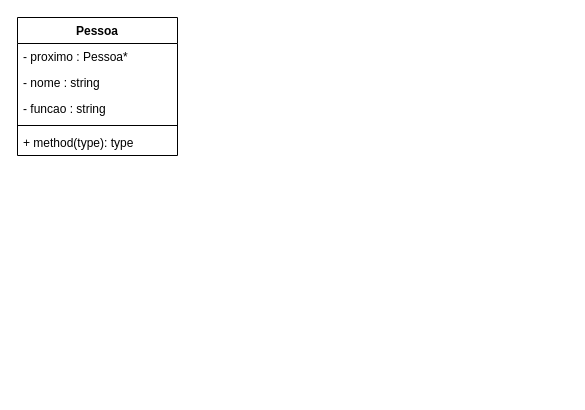
Earlier version of the draw.io diagram Diagrama sem nome.drawio (luscaer/Projeto_LP1). Source tidied: cells renumbered, new cells numbered last; positions are measured from the earlier drawing's top-left corner, leaving out a move shared by most shapes. Both pictures are drawn from the tidied source at 100%, with x=0, y=0 at pixel (17, 17).
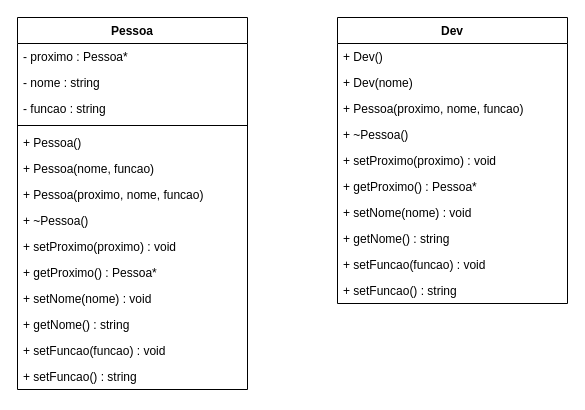
The same diagram, later.

Diff of the diagram source:
```diff
@@
     <mxCell id="2" value="Pessoa" style="swimlane;fontStyle=1;align=center;verticalAlign=top;horizontal=1;startSize=26;whiteSpace=wrap;html=1;" parent="1" vertex="1">
-      <mxGeometry width="160" height="138" as="geometry" />
+      <mxGeometry width="230" height="372" as="geometry" />
     </mxCell>
     <mxCell id="3" value="- proximo : Pessoa*" style="text;strokeColor=none;fillColor=none;align=left;verticalAlign=top;spacingLeft=4;spacingRight=4;overflow=hidden;whiteSpace=wrap;html=1;" parent="2" vertex="1">
-      <mxGeometry y="26" width="160" height="26" as="geometry" />
+      <mxGeometry y="26" width="230" height="26" as="geometry" />
     </mxCell>
     <mxCell id="4" value="- nome : string" style="text;strokeColor=none;fillColor=none;align=left;verticalAlign=top;spacingLeft=4;spacingRight=4;overflow=hidden;whiteSpace=wrap;html=1;" parent="2" vertex="1">
-      <mxGeometry y="52" width="160" height="26" as="geometry" />
+      <mxGeometry y="52" width="230" height="26" as="geometry" />
     </mxCell>
     <mxCell id="5" value="- funcao : string" style="text;strokeColor=none;fillColor=none;align=left;verticalAlign=top;spacingLeft=4;spacingRight=4;overflow=hidden;whiteSpace=wrap;html=1;" parent="2" vertex="1">
-      <mxGeometry y="78" width="160" height="26" as="geometry" />
+      <mxGeometry y="78" width="230" height="26" as="geometry" />
     </mxCell>
     <mxCell id="6" style="line;strokeWidth=1;fillColor=none;align=left;verticalAlign=middle;spacingTop=-1;spacingLeft=3;spacingRight=3;labelPosition=right;strokeColor=inherit;" parent="2" vertex="1">
-      <mxGeometry y="104" width="160" height="8" as="geometry" />
+      <mxGeometry y="104" width="230" height="8" as="geometry" />
     </mxCell>
+    <mxCell id="8" value="+ Pessoa()" style="text;strokeColor=none;fillColor=none;align=left;verticalAlign=top;spacingLeft=4;spacingRight=4;overflow=hidden;whiteSpace=wrap;html=1;" parent="2" vertex="1">
+      <mxGeometry y="112" width="230" height="26" as="geometry" />
+    </mxCell>
-    <mxCell id="7" value="+ method(type): type" style="text;strokeColor=none;fillColor=none;align=left;verticalAlign=top;spacingLeft=4;spacingRight=4;overflow=hidden;whiteSpace=wrap;html=1;" parent="2" vertex="1">
-      <mxGeometry y="112" width="160" height="26" as="geometry" />
+    <mxCell id="7" value="+ Pessoa(nome, funcao)" style="text;strokeColor=none;fillColor=none;align=left;verticalAlign=top;spacingLeft=4;spacingRight=4;overflow=hidden;whiteSpace=wrap;html=1;" parent="2" vertex="1">
+      <mxGeometry y="138" width="230" height="26" as="geometry" />
     </mxCell>
+    <mxCell id="9" value="+ Pessoa(proximo, nome, funcao)" style="text;strokeColor=none;fillColor=none;align=left;verticalAlign=top;spacingLeft=4;spacingRight=4;overflow=hidden;whiteSpace=wrap;html=1;" parent="2" vertex="1">
+      <mxGeometry y="164" width="230" height="26" as="geometry" />
+    </mxCell>
+    <mxCell id="10" value="+ ~Pessoa()" style="text;strokeColor=none;fillColor=none;align=left;verticalAlign=top;spacingLeft=4;spacingRight=4;overflow=hidden;whiteSpace=wrap;html=1;" parent="2" vertex="1">
+      <mxGeometry y="190" width="230" height="26" as="geometry" />
+    </mxCell>
+    <mxCell id="11" value="+&amp;nbsp;setProximo(proximo) : void" style="text;strokeColor=none;fillColor=none;align=left;verticalAlign=top;spacingLeft=4;spacingRight=4;overflow=hidden;whiteSpace=wrap;html=1;" parent="2" vertex="1">
+      <mxGeometry y="216" width="230" height="26" as="geometry" />
+    </mxCell>
+    <mxCell id="12" value="+&amp;nbsp;getProximo() : Pessoa*" style="text;strokeColor=none;fillColor=none;align=left;verticalAlign=top;spacingLeft=4;spacingRight=4;overflow=hidden;whiteSpace=wrap;html=1;" parent="2" vertex="1">
+      <mxGeometry y="242" width="230" height="26" as="geometry" />
+    </mxCell>
+    <mxCell id="13" value="+&amp;nbsp;setNome(nome) : void" style="text;strokeColor=none;fillColor=none;align=left;verticalAlign=top;spacingLeft=4;spacingRight=4;overflow=hidden;whiteSpace=wrap;html=1;" parent="2" vertex="1">
+      <mxGeometry y="268" width="230" height="26" as="geometry" />
+    </mxCell>
+    <mxCell id="14" value="+ getNome() : string" style="text;strokeColor=none;fillColor=none;align=left;verticalAlign=top;spacingLeft=4;spacingRight=4;overflow=hidden;whiteSpace=wrap;html=1;" parent="2" vertex="1">
+      <mxGeometry y="294" width="230" height="26" as="geometry" />
+    </mxCell>
+    <mxCell id="15" value="+ setFuncao(funcao) : void" style="text;strokeColor=none;fillColor=none;align=left;verticalAlign=top;spacingLeft=4;spacingRight=4;overflow=hidden;whiteSpace=wrap;html=1;" parent="2" vertex="1">
+      <mxGeometry y="320" width="230" height="26" as="geometry" />
+    </mxCell>
+    <mxCell id="16" value="+ setFuncao() : string" style="text;strokeColor=none;fillColor=none;align=left;verticalAlign=top;spacingLeft=4;spacingRight=4;overflow=hidden;whiteSpace=wrap;html=1;" parent="2" vertex="1">
+      <mxGeometry y="346" width="230" height="26" as="geometry" />
+    </mxCell>
+    <mxCell id="17" value="Dev" style="swimlane;fontStyle=1;align=center;verticalAlign=top;horizontal=1;startSize=26;whiteSpace=wrap;html=1;" parent="1" vertex="1">
+      <mxGeometry x="320" width="230" height="286" as="geometry" />
+    </mxCell>
+    <mxCell id="18" value="+ Dev()" style="text;strokeColor=none;fillColor=none;align=left;verticalAlign=top;spacingLeft=4;spacingRight=4;overflow=hidden;whiteSpace=wrap;html=1;" parent="17" vertex="1">
+      <mxGeometry y="26" width="230" height="26" as="geometry" />
+    </mxCell>
+    <mxCell id="19" value="+&amp;nbsp;Dev(nome)" style="text;strokeColor=none;fillColor=none;align=left;verticalAlign=top;spacingLeft=4;spacingRight=4;overflow=hidden;whiteSpace=wrap;html=1;" parent="17" vertex="1">
+      <mxGeometry y="52" width="230" height="26" as="geometry" />
+    </mxCell>
+    <mxCell id="20" value="+ Pessoa(proximo, nome, funcao)" style="text;strokeColor=none;fillColor=none;align=left;verticalAlign=top;spacingLeft=4;spacingRight=4;overflow=hidden;whiteSpace=wrap;html=1;" parent="17" vertex="1">
+      <mxGeometry y="78" width="230" height="26" as="geometry" />
+    </mxCell>
+    <mxCell id="21" value="+ ~Pessoa()" style="text;strokeColor=none;fillColor=none;align=left;verticalAlign=top;spacingLeft=4;spacingRight=4;overflow=hidden;whiteSpace=wrap;html=1;" parent="17" vertex="1">
+      <mxGeometry y="104" width="230" height="26" as="geometry" />
+    </mxCell>
+    <mxCell id="22" value="+&amp;nbsp;setProximo(proximo) : void" style="text;strokeColor=none;fillColor=none;align=left;verticalAlign=top;spacingLeft=4;spacingRight=4;overflow=hidden;whiteSpace=wrap;html=1;" parent="17" vertex="1">
+      <mxGeometry y="130" width="230" height="26" as="geometry" />
+    </mxCell>
+    <mxCell id="23" value="+&amp;nbsp;getProximo() : Pessoa*" style="text;strokeColor=none;fillColor=none;align=left;verticalAlign=top;spacingLeft=4;spacingRight=4;overflow=hidden;whiteSpace=wrap;html=1;" parent="17" vertex="1">
+      <mxGeometry y="156" width="230" height="26" as="geometry" />
+    </mxCell>
+    <mxCell id="24" value="+&amp;nbsp;setNome(nome) : void" style="text;strokeColor=none;fillColor=none;align=left;verticalAlign=top;spacingLeft=4;spacingRight=4;overflow=hidden;whiteSpace=wrap;html=1;" parent="17" vertex="1">
+      <mxGeometry y="182" width="230" height="26" as="geometry" />
+    </mxCell>
+    <mxCell id="25" value="+ getNome() : string" style="text;strokeColor=none;fillColor=none;align=left;verticalAlign=top;spacingLeft=4;spacingRight=4;overflow=hidden;whiteSpace=wrap;html=1;" parent="17" vertex="1">
+      <mxGeometry y="208" width="230" height="26" as="geometry" />
+    </mxCell>
+    <mxCell id="26" value="+ setFuncao(funcao) : void" style="text;strokeColor=none;fillColor=none;align=left;verticalAlign=top;spacingLeft=4;spacingRight=4;overflow=hidden;whiteSpace=wrap;html=1;" parent="17" vertex="1">
+      <mxGeometry y="234" width="230" height="26" as="geometry" />
+    </mxCell>
+    <mxCell id="27" value="+ setFuncao() : string" style="text;strokeColor=none;fillColor=none;align=left;verticalAlign=top;spacingLeft=4;spacingRight=4;overflow=hidden;whiteSpace=wrap;html=1;" parent="17" vertex="1">
+      <mxGeometry y="260" width="230" height="26" as="geometry" />
+    </mxCell>
```
